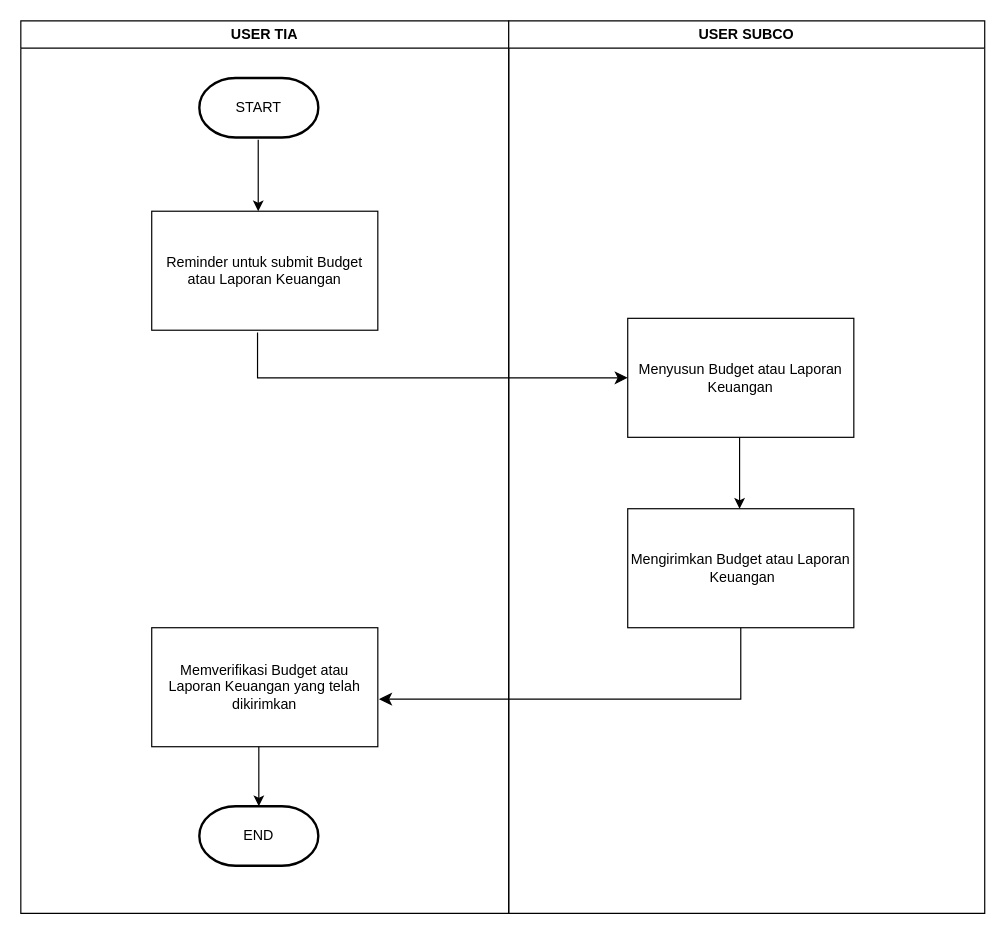
This is TIA.drawio from ardyardyaaan/spring-06-pos, a draw.io file, before an edit. Source tidied: cells renumbered, new cells numbered last; positions are measured from the earlier drawing's top-left corner, leaving out a move shared by most shapes. Both pictures are drawn from the tidied source at 119%, with x=0, y=0 at pixel (20, 20).
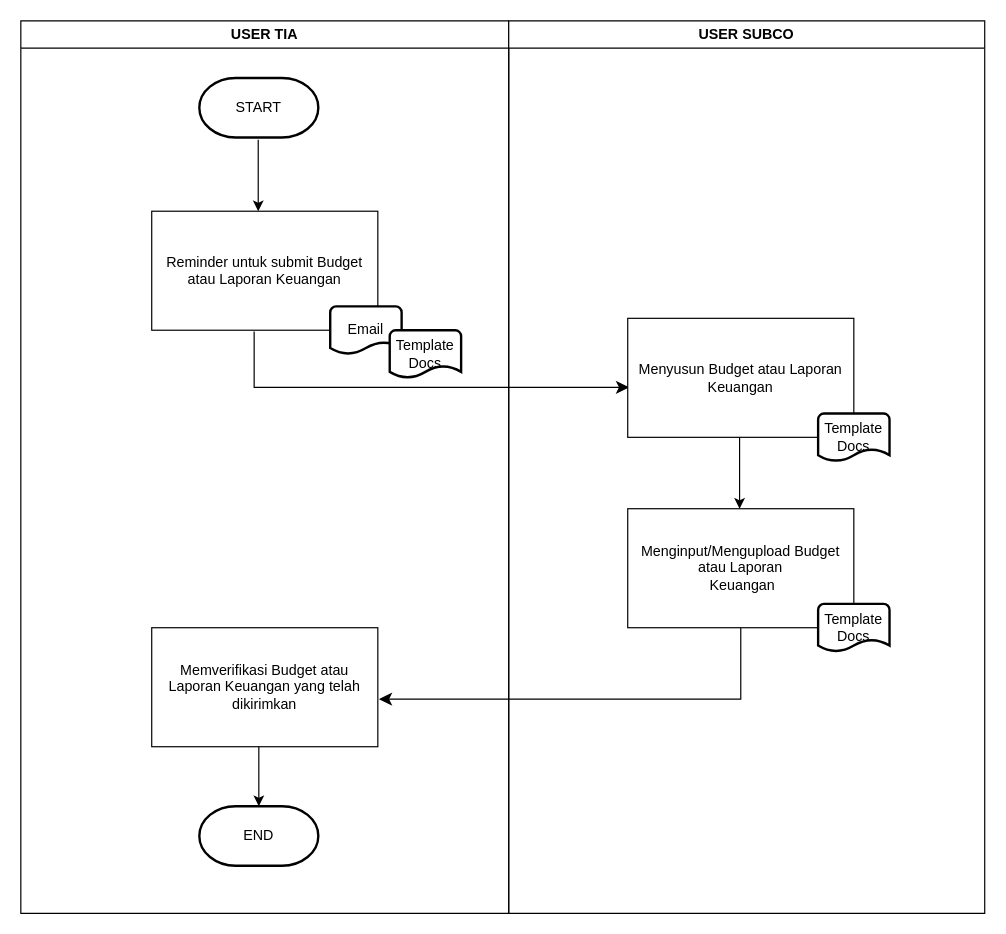
Above is the later version.

Unchanged cells that the change refers to:
```xml
<mxCell id="2" value="USER TIA" style="swimlane;whiteSpace=wrap;html=1;" parent="1" vertex="1">
  <mxGeometry width="410" height="750" as="geometry" />
</mxCell>
<mxCell id="3" value="Reminder untuk submit Budget atau Laporan Keuangan" style="rounded=0;whiteSpace=wrap;html=1;" parent="2" vertex="1">
  <mxGeometry x="110" y="160" width="190" height="100" as="geometry" />
</mxCell>
<mxCell id="8" value="USER SUBCO" style="swimlane;whiteSpace=wrap;html=1;" parent="1" vertex="1">
  <mxGeometry x="410" width="400" height="750" as="geometry" />
</mxCell>
<mxCell id="9" value="Menyusun Budget atau Laporan Keuangan" style="rounded=0;whiteSpace=wrap;html=1;" parent="8" vertex="1">
  <mxGeometry x="100" y="250" width="190" height="100" as="geometry" />
</mxCell>
```

Change to the diagram source:
```diff
@@
+    <mxCell id="15" value="Email" style="strokeWidth=2;html=1;shape=mxgraph.flowchart.document2;whiteSpace=wrap;size=0.25;" parent="2" vertex="1">
+      <mxGeometry x="260" y="240" width="60" height="40" as="geometry" />
+    </mxCell>
+    <mxCell id="16" value="Template Docs" style="strokeWidth=2;html=1;shape=mxgraph.flowchart.document2;whiteSpace=wrap;size=0.25;" parent="2" vertex="1">
+      <mxGeometry x="310" y="260" width="60" height="40" as="geometry" />
+    </mxCell>
+    <mxCell id="13" style="edgeStyle=elbowEdgeStyle;elbow=vertical;endArrow=classic;html=1;curved=0;rounded=0;endSize=8;startSize=8;exitX=0.453;exitY=1.01;exitDx=0;exitDy=0;exitPerimeter=0;" parent="2" edge="1" source="3">
+      <mxGeometry relative="1" as="geometry">
+        <mxPoint x="511.1" y="308" as="targetPoint" />
+        <Array as="points">
+          <mxPoint x="210.1" y="308" />
+        </Array>
+      </mxGeometry>
+    </mxCell>
@@
-    <mxCell id="10" value="Mengirimkan Budget atau Laporan&lt;br&gt;&amp;nbsp;Keuangan" style="rounded=0;whiteSpace=wrap;html=1;" parent="8" vertex="1">
+    <mxCell id="10" value="Menginput/Mengupload Budget atau Laporan&lt;br&gt;&amp;nbsp;Keuangan" style="rounded=0;whiteSpace=wrap;html=1;" parent="8" vertex="1">
       <mxGeometry x="100" y="410" width="190" height="100" as="geometry" />
     </mxCell>
@@
-    <mxCell id="13" style="edgeStyle=elbowEdgeStyle;elbow=vertical;endArrow=classic;html=1;curved=0;rounded=0;endSize=8;startSize=8;exitX=0.468;exitY=1.02;exitDx=0;exitDy=0;exitPerimeter=0;entryX=0;entryY=0.5;entryDx=0;entryDy=0;" parent="1" edge="1" source="3" target="9">
-      <mxGeometry relative="1" as="geometry">
-        <Array as="points">
-          <mxPoint x="220" y="300" />
-        </Array>
-      </mxGeometry>
-    </mxCell>
+    <mxCell id="17" value="Template Docs" style="strokeWidth=2;html=1;shape=mxgraph.flowchart.document2;whiteSpace=wrap;size=0.25;" parent="8" vertex="1">
+      <mxGeometry x="260" y="330" width="60" height="40" as="geometry" />
+    </mxCell>
+    <mxCell id="18" value="Template Docs" style="strokeWidth=2;html=1;shape=mxgraph.flowchart.document2;whiteSpace=wrap;size=0.25;" parent="8" vertex="1">
+      <mxGeometry x="260" y="490" width="60" height="40" as="geometry" />
+    </mxCell>
```
